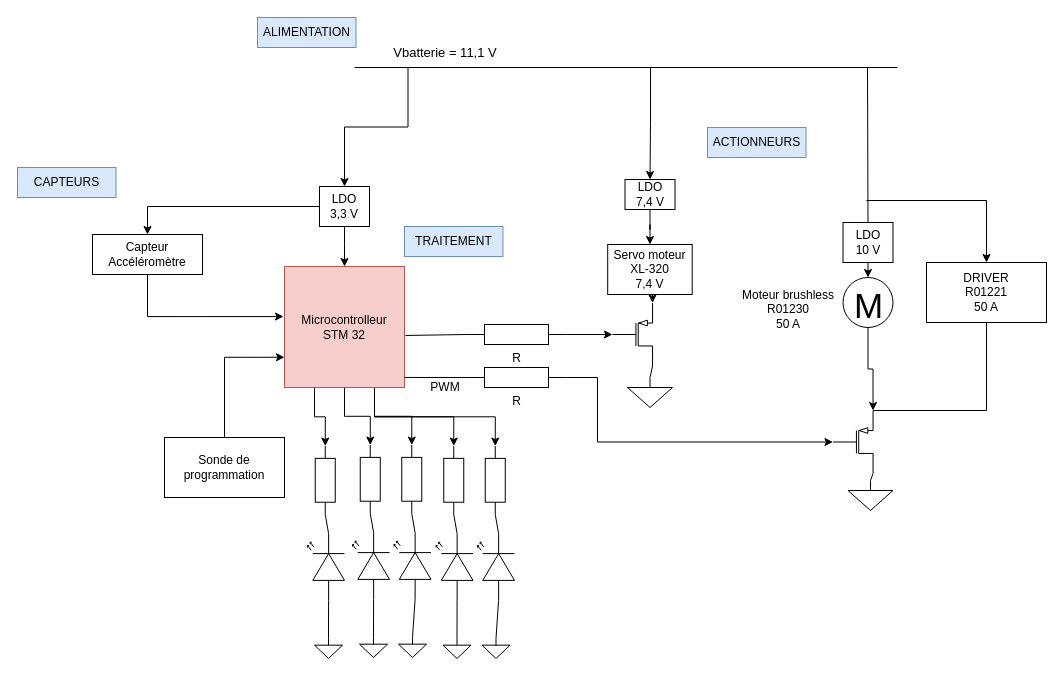
RayenENSEA/DRAGSTER keeps this draw.io diagram as Hardware/Schéma Hardaware.drawio. Above is the earlier version. Source tidied: cells renumbered, new cells numbered last; positions are measured from the earlier drawing's top-left corner, leaving out a move shared by most shapes. Both pictures are drawn from the tidied source at 100%, with x=0, y=0 at pixel (17, 17).
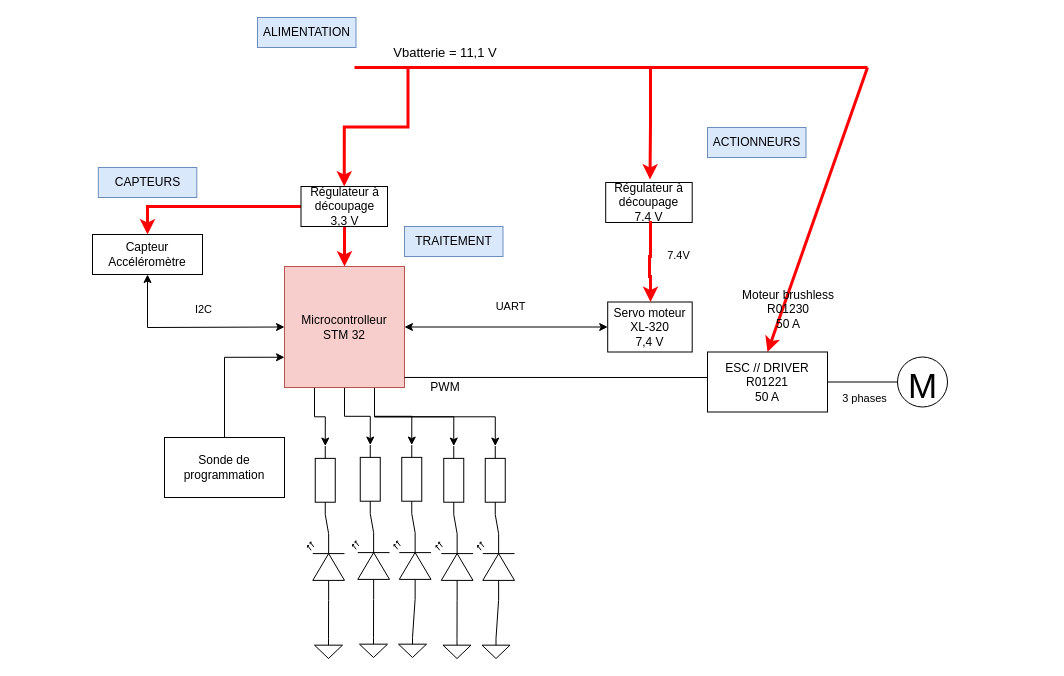
The same page after the edit.

The change refers to these unchanged cells:
```xml
<mxCell id="4" value="&lt;font style=&quot;font-size: 13px;&quot;&gt;Vbatterie = 11,1 V&lt;/font&gt;" style="text;html=1;strokeColor=none;fillColor=none;align=center;verticalAlign=middle;whiteSpace=wrap;rounded=0;" parent="1" vertex="1">
  <mxGeometry x="353" y="20" width="150" height="30" as="geometry" />
</mxCell>
<mxCell id="13" value="Microcontrolleur&lt;br&gt;STM 32" style="rounded=0;whiteSpace=wrap;html=1;fillColor=#f8cecc;strokeColor=#b85450;" parent="1" vertex="1">
  <mxGeometry x="267" y="249" width="120" height="121" as="geometry" />
</mxCell>
<mxCell id="17" value="Capteur&lt;br&gt;Accéléromètre" style="whiteSpace=wrap;html=1;rounded=0;" parent="1" vertex="1">
  <mxGeometry x="75" y="217" width="110" height="40" as="geometry" />
</mxCell>
```

What changed in the source:
```diff
@@
-    <mxCell id="2" style="endArrow=none;html=1;rounded=0;" parent="1" edge="1">
+    <mxCell id="2" style="endArrow=none;html=1;rounded=0;fillColor=#f8cecc;strokeColor=#FF0000;strokeWidth=3;" parent="1" edge="1">
       <mxGeometry relative="1" as="geometry">
         <mxPoint x="337" y="50" as="sourcePoint" />
-        <mxPoint x="880" y="50" as="targetPoint" />
+        <mxPoint x="850" y="50" as="targetPoint" />
       </mxGeometry>
     </mxCell>
-    <mxCell id="3" style="edgeStyle=orthogonalEdgeStyle;rounded=0;jettySize=auto;html=1;exitX=0.25;exitY=1;exitDx=0;exitDy=0;entryX=0.5;entryY=0;entryDx=0;entryDy=0;" parent="1" edge="1" source="4" target="7">
+    <mxCell id="3" style="edgeStyle=orthogonalEdgeStyle;rounded=0;jettySize=auto;html=1;exitX=0.25;exitY=1;exitDx=0;exitDy=0;entryX=0.5;entryY=0;entryDx=0;entryDy=0;fillColor=#f8cecc;strokeColor=#FF0000;strokeWidth=3;" parent="1" edge="1" source="4" target="7">
       <mxGeometry relative="1" as="geometry" />
     </mxCell>
@@
-    <mxCell id="5" style="edgeStyle=orthogonalEdgeStyle;rounded=0;jettySize=auto;html=1;entryX=0.5;entryY=0;entryDx=0;entryDy=0;" parent="1" edge="1" target="13">
+    <mxCell id="5" style="edgeStyle=orthogonalEdgeStyle;rounded=0;jettySize=auto;html=1;entryX=0.5;entryY=0;entryDx=0;entryDy=0;fillColor=#f8cecc;strokeColor=#FF0000;strokeWidth=3;" parent="1" edge="1" target="13">
       <mxGeometry relative="1" as="geometry">
         <mxPoint x="327" y="209" as="sourcePoint" />
         <Array as="points">
           <mxPoint x="327" y="227" />
           <mxPoint x="327" y="227" />
         </Array>
       </mxGeometry>
     </mxCell>
-    <mxCell id="6" style="edgeStyle=orthogonalEdgeStyle;rounded=0;jettySize=auto;html=1;" parent="1" edge="1" source="7" target="17">
+    <mxCell id="6" style="edgeStyle=orthogonalEdgeStyle;rounded=0;jettySize=auto;html=1;fillColor=#f8cecc;strokeColor=#FF0000;strokeWidth=3;" parent="1" edge="1" source="7" target="17">
       <mxGeometry relative="1" as="geometry" />
     </mxCell>
-    <mxCell id="7" value="LDO&lt;br&gt;3,3 V" style="rounded=0;whiteSpace=wrap;html=1;" parent="1" vertex="1">
-      <mxGeometry x="302" y="169" width="50" height="40" as="geometry" />
+    <mxCell id="7" value="Régulateur à découpage&lt;br&gt;3,3 V" style="rounded=0;whiteSpace=wrap;html=1;" parent="1" vertex="1">
+      <mxGeometry x="283.5" y="169" width="86.5" height="40" as="geometry" />
     </mxCell>
@@
-    <mxCell id="16" style="edgeStyle=orthogonalEdgeStyle;rounded=0;jettySize=auto;html=1;exitX=0.5;exitY=1;exitDx=0;exitDy=0;entryX=-0.008;entryY=0.414;entryDx=0;entryDy=0;entryPerimeter=0;" parent="1" edge="1" source="17" target="13">
-      <mxGeometry relative="1" as="geometry" />
-    </mxCell>
@@
-    <mxCell id="18" style="edgeStyle=orthogonalEdgeStyle;rounded=0;jettySize=auto;html=1;exitX=1;exitY=0.5;exitDx=0;exitDy=0;exitPerimeter=0;entryX=0;entryY=0.5;entryDx=0;entryDy=0;entryPerimeter=0;" parent="1" edge="1" source="19" target="21">
-      <mxGeometry relative="1" as="geometry">
-        <Array as="points">
-          <mxPoint x="580" y="360" />
-          <mxPoint x="580" y="425" />
-        </Array>
-      </mxGeometry>
-    </mxCell>
-    <mxCell id="19" value="R" style="verticalLabelPosition=bottom;shadow=0;dashed=0;align=center;html=1;verticalAlign=top;shape=mxgraph.electrical.resistors.resistor_1;" parent="1" vertex="1">
-      <mxGeometry x="449" y="350" width="100" height="20" as="geometry" />
-    </mxCell>
@@
-    <mxCell id="21" style="verticalLabelPosition=bottom;shadow=0;dashed=0;align=center;html=1;verticalAlign=top;shape=mxgraph.electrical.transistors.pmos;" parent="1" vertex="1">
-      <mxGeometry x="810.5" y="393" width="50" height="63" as="geometry" />
-    </mxCell>
-    <mxCell id="22" style="verticalLabelPosition=bottom;shadow=0;dashed=0;align=center;html=1;verticalAlign=top;shape=mxgraph.electrical.signal_sources.signal_ground;" parent="1" vertex="1">
-      <mxGeometry x="830.5" y="463" width="45" height="30" as="geometry" />
-    </mxCell>
-    <mxCell id="23" style="endArrow=none;html=1;rounded=0;entryX=1;entryY=1;entryDx=0;entryDy=0;entryPerimeter=0;exitX=0.5;exitY=0;exitDx=0;exitDy=0;exitPerimeter=0;" parent="1" edge="1" source="22" target="21">
-      <mxGeometry relative="1" as="geometry" />
-    </mxCell>
-    <mxCell id="24" style="endArrow=none;html=1;rounded=0;exitX=0.5;exitY=0;exitDx=0;exitDy=0;" parent="1" edge="1">
-      <mxGeometry relative="1" as="geometry">
-        <mxPoint x="850.5" y="205" as="sourcePoint" />
-        <mxPoint x="850" y="50" as="targetPoint" />
-      </mxGeometry>
-    </mxCell>
-    <mxCell id="25" style="edgeStyle=orthogonalEdgeStyle;rounded=0;jettySize=auto;html=1;exitX=0.5;exitY=1;exitDx=0;exitDy=0;entryX=0.5;entryY=0;entryDx=0;entryDy=0;entryPerimeter=0;" parent="1" edge="1" source="26" target="28">
-      <mxGeometry relative="1" as="geometry" />
-    </mxCell>
-    <mxCell id="26" value="LDO&lt;br&gt;10&amp;nbsp;V" style="rounded=0;whiteSpace=wrap;html=1;" parent="1" vertex="1">
-      <mxGeometry x="825.5" y="205" width="50" height="40" as="geometry" />
-    </mxCell>
-    <mxCell id="27" style="edgeStyle=orthogonalEdgeStyle;rounded=0;jettySize=auto;html=1;exitX=0.5;exitY=1;exitDx=0;exitDy=0;exitPerimeter=0;entryX=1;entryY=0;entryDx=0;entryDy=0;entryPerimeter=0;" parent="1" edge="1" source="28" target="21">
-      <mxGeometry relative="1" as="geometry" />
-    </mxCell>
     <mxCell id="28" value="&lt;font style=&quot;font-size: 35px;&quot;&gt;M&lt;/font&gt;" style="dashed=0;outlineConnect=0;align=center;html=1;shape=mxgraph.pid.engines.electric_motor;fontSize=45;" parent="1" vertex="1">
-      <mxGeometry x="825.5" y="260" width="50" height="50" as="geometry" />
+      <mxGeometry x="880" y="339.5" width="50" height="50" as="geometry" />
     </mxCell>
-    <mxCell id="29" value="DRIVER&lt;br&gt;R01221&lt;br&gt;50 A" style="rounded=0;whiteSpace=wrap;html=1;" parent="1" vertex="1">
-      <mxGeometry x="909" y="245" width="120" height="60" as="geometry" />
-    </mxCell>
-    <mxCell id="30" style="endArrow=classic;html=1;rounded=0;entryX=0.5;entryY=0;entryDx=0;entryDy=0;" parent="1" edge="1" target="29">
+    <mxCell id="30" style="endArrow=classic;html=1;rounded=0;entryX=0.5;entryY=0;entryDx=0;entryDy=0;fillColor=#f8cecc;strokeColor=#FF0000;strokeWidth=3;" parent="1" edge="1" target="80">
       <mxGeometry relative="1" as="geometry">
-        <mxPoint x="849" y="183" as="sourcePoint" />
-        <Array as="points">
-          <mxPoint x="969" y="183" />
-        </Array>
+        <mxPoint x="850" y="50" as="sourcePoint" />
       </mxGeometry>
     </mxCell>
@@
-    <mxCell id="32" style="endArrow=none;html=1;rounded=0;exitX=1;exitY=0;exitDx=0;exitDy=0;exitPerimeter=0;entryX=0.5;entryY=1;entryDx=0;entryDy=0;" parent="1" edge="1" source="21" target="29">
-      <mxGeometry relative="1" as="geometry">
-        <Array as="points">
-          <mxPoint x="969" y="393" />
-        </Array>
-      </mxGeometry>
-    </mxCell>
-    <mxCell id="33" style="edgeStyle=orthogonalEdgeStyle;rounded=0;jettySize=auto;html=1;exitX=0.5;exitY=1;exitDx=0;exitDy=0;entryX=1;entryY=0;entryDx=0;entryDy=0;entryPerimeter=0;" parent="1" edge="1" source="34" target="44">
-      <mxGeometry relative="1" as="geometry" />
-    </mxCell>
     <mxCell id="34" value="Servo moteur&lt;br&gt;XL-320&lt;br&gt;7,4 V" style="rounded=0;whiteSpace=wrap;html=1;" parent="1" vertex="1">
-      <mxGeometry x="590.2" y="227" width="84.5" height="50" as="geometry" />
+      <mxGeometry x="590.2" y="284.5" width="84.5" height="50" as="geometry" />
     </mxCell>
@@
     <mxCell id="37" value="CAPTEURS" style="text;html=1;strokeColor=#6c8ebf;fillColor=#dae8fc;align=center;verticalAlign=middle;whiteSpace=wrap;rounded=0;" parent="1" vertex="1">
-      <mxGeometry y="150" width="98.5" height="30" as="geometry" />
+      <mxGeometry x="80.8" y="150" width="98.5" height="30" as="geometry" />
     </mxCell>
@@
-    <mxCell id="39" style="edgeStyle=orthogonalEdgeStyle;rounded=0;jettySize=auto;html=1;entryX=0.5;entryY=0;entryDx=0;entryDy=0;" parent="1" edge="1" source="41" target="34">
-      <mxGeometry relative="1" as="geometry" />
-    </mxCell>
-    <mxCell id="40" style="edgeStyle=orthogonalEdgeStyle;rounded=0;jettySize=auto;html=1;exitX=0.5;exitY=0;exitDx=0;exitDy=0;entryX=0.5;entryY=0;entryDx=0;entryDy=0;" parent="1" edge="1" target="41">
+    <mxCell id="40" style="edgeStyle=orthogonalEdgeStyle;rounded=0;orthogonalLoop=1;jettySize=auto;html=1;exitX=0.5;exitY=0;exitDx=0;exitDy=0;entryX=0.5;entryY=0;entryDx=0;entryDy=0;fillColor=#f8cecc;strokeColor=#FF0000;strokeWidth=3;" parent="1" edge="1">
       <mxGeometry relative="1" as="geometry">
         <mxPoint x="622" y="50" as="sourcePoint" />
+        <mxPoint x="632.5" y="162" as="targetPoint" />
         <Array as="points">
           <mxPoint x="633" y="50" />
           <mxPoint x="633" y="106" />
         </Array>
       </mxGeometry>
     </mxCell>
-    <mxCell id="41" value="LDO&lt;br&gt;7,4 V" style="rounded=0;whiteSpace=wrap;html=1;" parent="1" vertex="1">
-      <mxGeometry x="607.5" y="162" width="50" height="30" as="geometry" />
-    </mxCell>
-    <mxCell id="42" style="edgeStyle=orthogonalEdgeStyle;rounded=0;jettySize=auto;html=1;exitX=1;exitY=0.5;exitDx=0;exitDy=0;exitPerimeter=0;entryX=0;entryY=0.5;entryDx=0;entryDy=0;entryPerimeter=0;" parent="1" edge="1" source="43" target="44">
-      <mxGeometry relative="1" as="geometry" />
+    <mxCell id="42" style="edgeStyle=orthogonalEdgeStyle;rounded=0;orthogonalLoop=1;jettySize=auto;html=1;exitX=1;exitY=0.5;exitDx=0;exitDy=0;exitPerimeter=0;entryX=0;entryY=0.5;entryDx=0;entryDy=0;entryPerimeter=0;" parent="1" edge="1">
+      <mxGeometry relative="1" as="geometry">
+        <mxPoint x="595" y="317" as="targetPoint" />
+      </mxGeometry>
     </mxCell>
-    <mxCell id="43" value="R" style="verticalLabelPosition=bottom;shadow=0;dashed=0;align=center;html=1;verticalAlign=top;shape=mxgraph.electrical.resistors.resistor_1;" parent="1" vertex="1">
-      <mxGeometry x="449" y="307" width="100" height="20" as="geometry" />
-    </mxCell>
-    <mxCell id="44" style="verticalLabelPosition=bottom;shadow=0;dashed=0;align=center;html=1;verticalAlign=top;shape=mxgraph.electrical.transistors.pmos;" parent="1" vertex="1">
-      <mxGeometry x="590" y="285.5" width="50" height="63" as="geometry" />
-    </mxCell>
-    <mxCell id="45" style="verticalLabelPosition=bottom;shadow=0;dashed=0;align=center;html=1;verticalAlign=top;shape=mxgraph.electrical.signal_sources.signal_ground;" parent="1" vertex="1">
-      <mxGeometry x="610" y="360" width="45" height="30" as="geometry" />
-    </mxCell>
-    <mxCell id="46" style="endArrow=none;html=1;rounded=0;entryX=0;entryY=0.5;entryDx=0;entryDy=0;entryPerimeter=0;exitX=1;exitY=0.917;exitDx=0;exitDy=0;exitPerimeter=0;" parent="1" edge="1" source="13" target="19">
-      <mxGeometry relative="1" as="geometry" />
+    <mxCell id="46" style="endArrow=none;html=1;rounded=0;exitX=1;exitY=0.917;exitDx=0;exitDy=0;exitPerimeter=0;" parent="1" edge="1" source="13">
+      <mxGeometry relative="1" as="geometry">
+        <mxPoint x="710" y="360" as="targetPoint" />
+      </mxGeometry>
     </mxCell>
-    <mxCell id="47" style="endArrow=none;html=1;rounded=0;entryX=0;entryY=0.5;entryDx=0;entryDy=0;entryPerimeter=0;exitX=1.008;exitY=0.57;exitDx=0;exitDy=0;exitPerimeter=0;" parent="1" edge="1" source="13" target="43">
-      <mxGeometry relative="1" as="geometry" />
-    </mxCell>
-    <mxCell id="48" style="endArrow=none;html=1;rounded=0;exitX=1;exitY=1;exitDx=0;exitDy=0;exitPerimeter=0;entryX=0.5;entryY=0;entryDx=0;entryDy=0;entryPerimeter=0;" parent="1" edge="1" source="44" target="45">
-      <mxGeometry relative="1" as="geometry" />
-    </mxCell>
@@
+    <mxCell id="16" style="endArrow=classic;startArrow=classic;html=1;rounded=0;exitX=0.5;exitY=1;exitDx=0;exitDy=0;entryX=0;entryY=0.5;entryDx=0;entryDy=0;" parent="1" edge="1" source="17" target="13">
+      <mxGeometry relative="1" as="geometry">
+        <Array as="points">
+          <mxPoint x="130" y="310" />
+        </Array>
+      </mxGeometry>
+    </mxCell>
+    <mxCell id="74" value="I2C" style="edgeLabel;html=1;align=center;verticalAlign=middle;" parent="16" vertex="1">
+      <mxGeometry x="0.05" y="3" relative="1" as="geometry">
+        <mxPoint x="9" y="-15" as="offset" />
+      </mxGeometry>
+    </mxCell>
+    <mxCell id="75" style="endArrow=classic;startArrow=classic;html=1;rounded=0;exitX=0;exitY=0.5;exitDx=0;exitDy=0;entryX=1;entryY=0.5;entryDx=0;entryDy=0;" parent="1" edge="1" source="34" target="13">
+      <mxGeometry relative="1" as="geometry" />
+    </mxCell>
+    <mxCell id="76" value="UART" style="edgeLabel;html=1;align=center;verticalAlign=middle;" parent="75" vertex="1">
+      <mxGeometry x="-0.21" y="2" relative="1" as="geometry">
+        <mxPoint x="-18" y="-23" as="offset" />
+      </mxGeometry>
+    </mxCell>
+    <mxCell id="77" value="Régulateur à découpage&lt;br&gt;7.4 V" style="rounded=0;whiteSpace=wrap;html=1;" parent="1" vertex="1">
+      <mxGeometry x="588.2" y="165" width="86.5" height="40" as="geometry" />
+    </mxCell>
+    <mxCell id="78" style="edgeStyle=orthogonalEdgeStyle;rounded=0;jettySize=auto;html=1;fillColor=#f8cecc;strokeColor=#FF0000;strokeWidth=3;exitX=0.5;exitY=1;exitDx=0;exitDy=0;" parent="1" edge="1" source="77" target="34">
+      <mxGeometry relative="1" as="geometry">
+        <Array as="points">
+          <mxPoint x="633" y="205" />
+          <mxPoint x="633" y="239" />
+          <mxPoint x="632" y="239" />
+          <mxPoint x="632" y="259" />
+          <mxPoint x="633" y="259" />
+        </Array>
+      </mxGeometry>
+    </mxCell>
+    <mxCell id="79" value="7.4V" style="edgeLabel;html=1;align=center;verticalAlign=middle;" parent="78" vertex="1">
+      <mxGeometry x="-0.36" relative="1" as="geometry">
+        <mxPoint x="27" y="7" as="offset" />
+      </mxGeometry>
+    </mxCell>
+    <mxCell id="80" value="ESC // DRIVER&lt;br&gt;R01221&lt;br&gt;50 A" style="rounded=0;whiteSpace=wrap;html=1;" parent="1" vertex="1">
+      <mxGeometry x="690" y="334.5" width="120" height="60" as="geometry" />
+    </mxCell>
+    <mxCell id="81" style="endArrow=none;html=1;rounded=0;entryX=0;entryY=0.5;entryDx=0;entryDy=0;entryPerimeter=0;exitX=1;exitY=0.5;exitDx=0;exitDy=0;" parent="1" edge="1" source="80" target="28">
+      <mxGeometry relative="1" as="geometry" />
+    </mxCell>
+    <mxCell id="82" value="3 phases" style="edgeLabel;html=1;align=center;verticalAlign=middle;" parent="81" vertex="1">
+      <mxGeometry x="-0.41" relative="1" as="geometry">
+        <mxPoint x="15" y="16" as="offset" />
+      </mxGeometry>
+    </mxCell>
```
